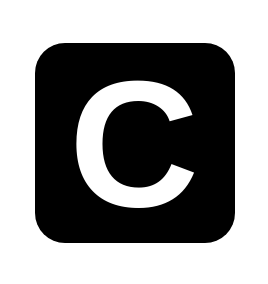
printfoo/printfoo.github.io keeps this draw.io diagram as images/letters/letter.drawio. Above is the earlier version. Source tidied: cells renumbered, new cells numbered last; positions are measured from the earlier drawing's top-left corner, leaving out a move shared by most shapes. Both pictures are drawn from the tidied source at 200%, with x=0, y=0 at pixel (34, 42).
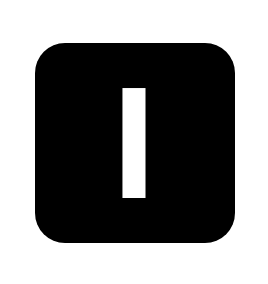
The same page after the edit.

Change to the diagram source:
```diff
@@
 <mxGraphModel>
   <root>
     <mxCell id="0" />
     <mxCell id="1" parent="0" />
-    <mxCell id="2" value="C" style="whiteSpace=wrap;html=1;rounded=1;strokeWidth=8;fontFamily=Helvetica;fontSize=90;fontStyle=1;fillColor=#000000;strokeColor=none;fontColor=#FFFFFF;" parent="1" vertex="1">
+    <mxCell id="2" value="I" style="whiteSpace=wrap;html=1;rounded=1;strokeWidth=8;fontFamily=Helvetica;fontSize=80;fontStyle=1;fillColor=#000000;strokeColor=none;fontColor=#FFFFFF;" parent="1" vertex="1">
       <mxGeometry width="100" height="100" as="geometry" />
     </mxCell>
   </root>
 </mxGraphModel>
```
